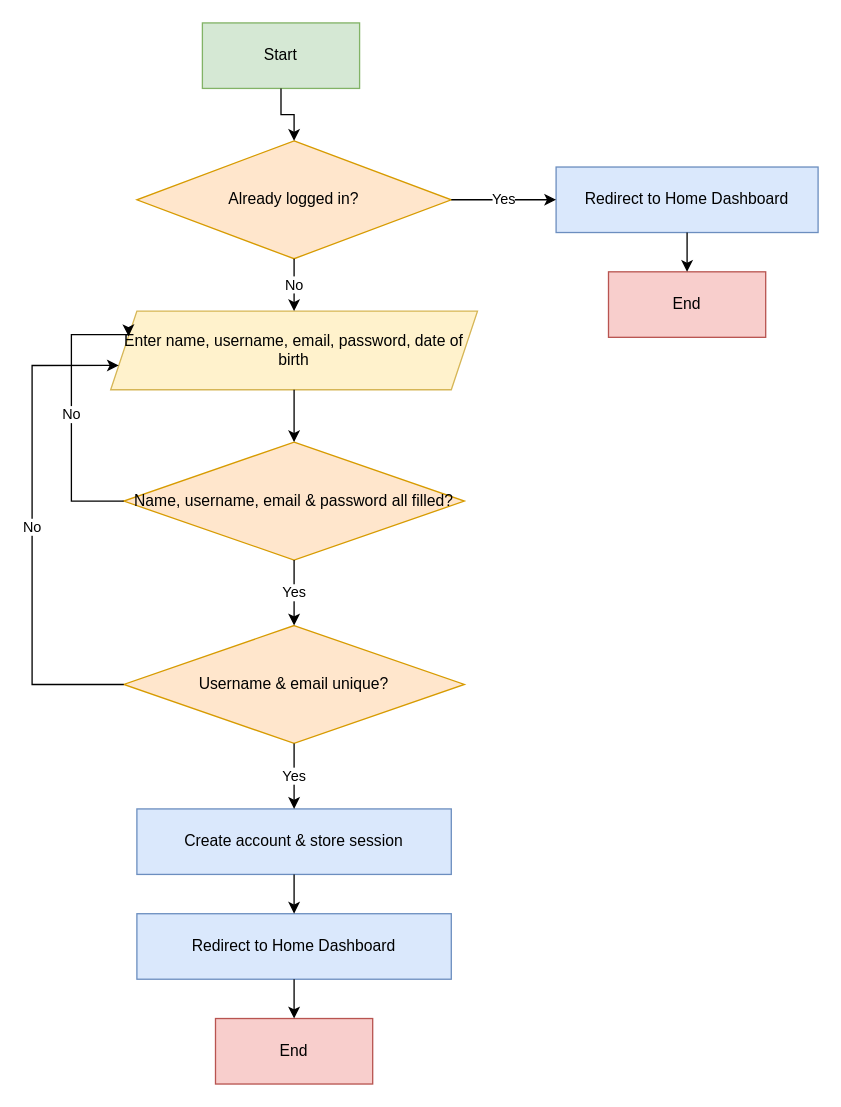
Earlier version of the draw.io diagram page "4. Register Page" (4 of 10) of docs/flowcharts.drawio (hanna-cpu/nea_fitness_tracker). Source tidied: cells renumbered, new cells numbered last; positions are measured from the earlier drawing's top-left corner, leaving out a move shared by most shapes. Both pictures are drawn from the tidied source at 131%, with x=0, y=0 at pixel (31, 22).
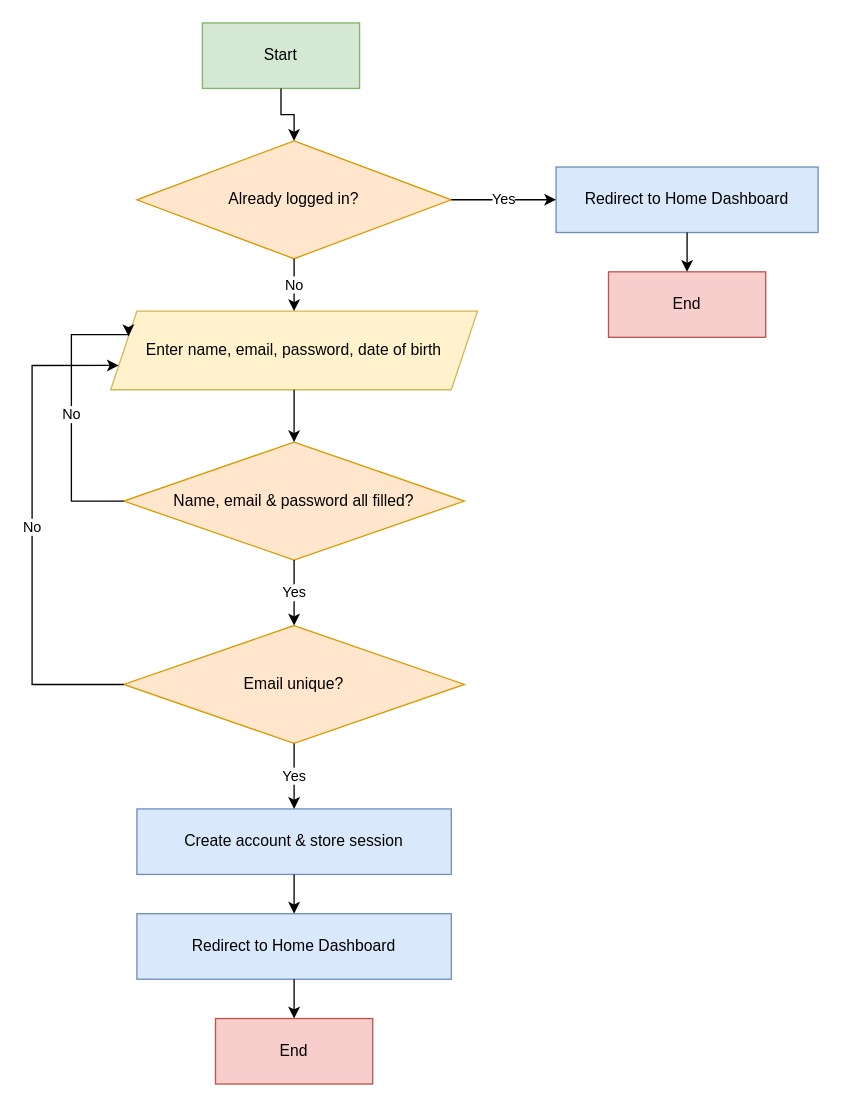
Above is the later version.

Diff of the diagram source:
```diff
@@
-    <mxCell id="6" value="Enter name, username, email, password, date of birth" style="shape=parallelogram;perimeter=parallelogramPerimeter;whiteSpace=wrap;html=1;fixedSize=1;fillColor=#fff2cc;strokeColor=#d6b656;" parent="1" vertex="1">
+    <mxCell id="6" value="Enter name, email, password, date of birth" style="shape=parallelogram;perimeter=parallelogramPerimeter;whiteSpace=wrap;html=1;fixedSize=1;fillColor=#fff2cc;strokeColor=#d6b656;" parent="1" vertex="1">
       <mxGeometry x="60" y="220" width="280" height="60" as="geometry" />
     </mxCell>
-    <mxCell id="7" value="Name, username, email &amp; password all filled?" style="rhombus;whiteSpace=wrap;html=1;fillColor=#ffe6cc;strokeColor=#d79b00;" parent="1" vertex="1">
+    <mxCell id="7" value="Name, email &amp; password all filled?" style="rhombus;whiteSpace=wrap;html=1;fillColor=#ffe6cc;strokeColor=#d79b00;" parent="1" vertex="1">
       <mxGeometry x="70" y="320" width="260" height="90" as="geometry" />
     </mxCell>
-    <mxCell id="8" value="Username &amp; email unique?" style="rhombus;whiteSpace=wrap;html=1;fillColor=#ffe6cc;strokeColor=#d79b00;" parent="1" vertex="1">
+    <mxCell id="8" value="Email unique?" style="rhombus;whiteSpace=wrap;html=1;fillColor=#ffe6cc;strokeColor=#d79b00;" parent="1" vertex="1">
       <mxGeometry x="70" y="460" width="260" height="90" as="geometry" />
     </mxCell>
```
